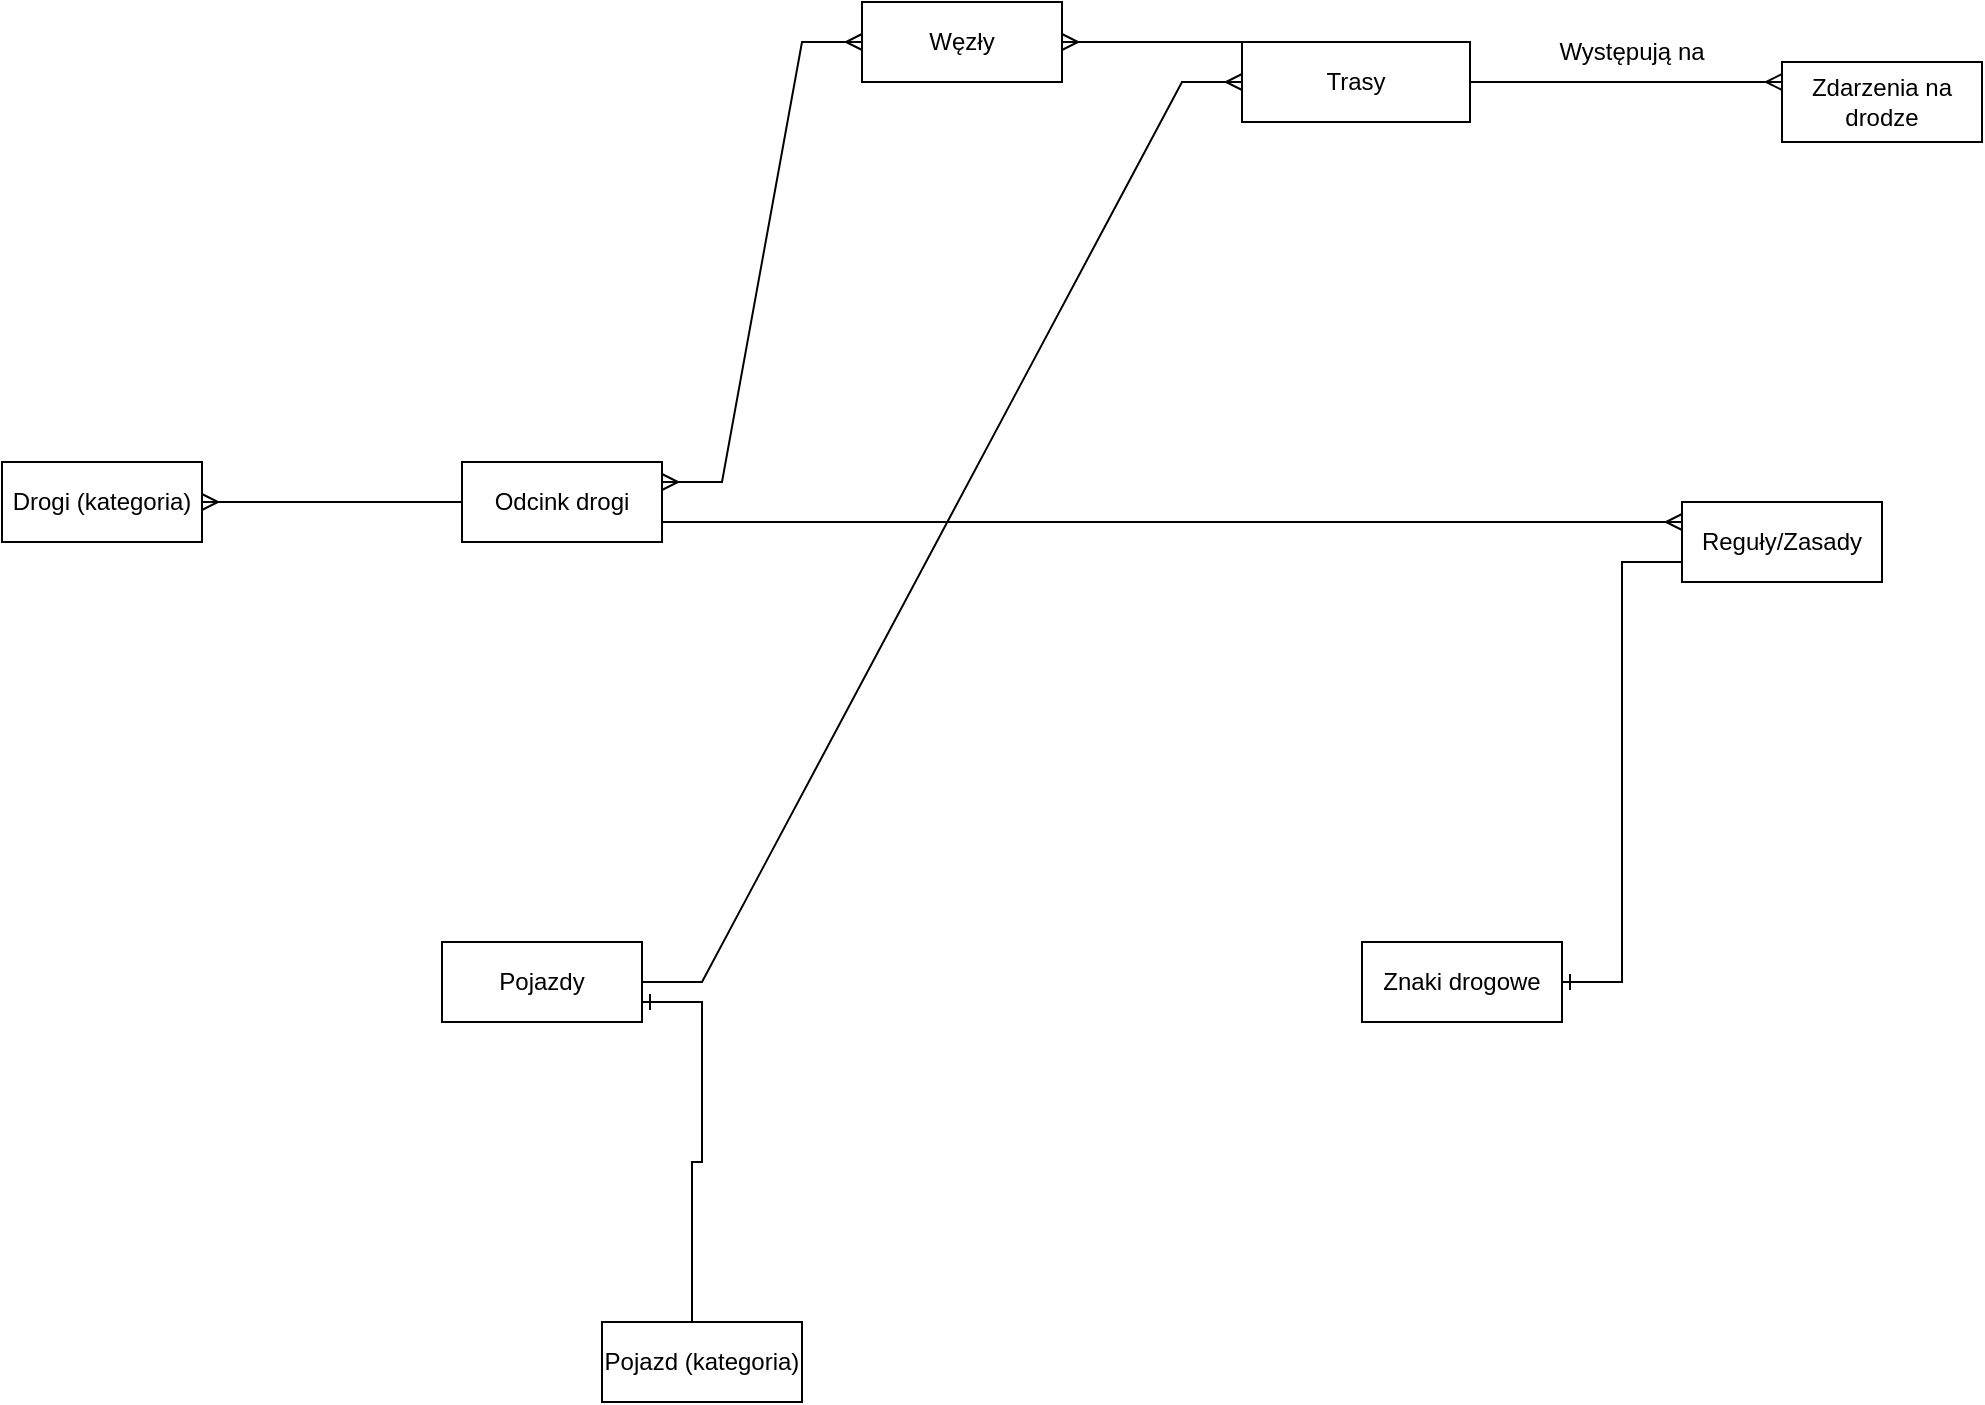
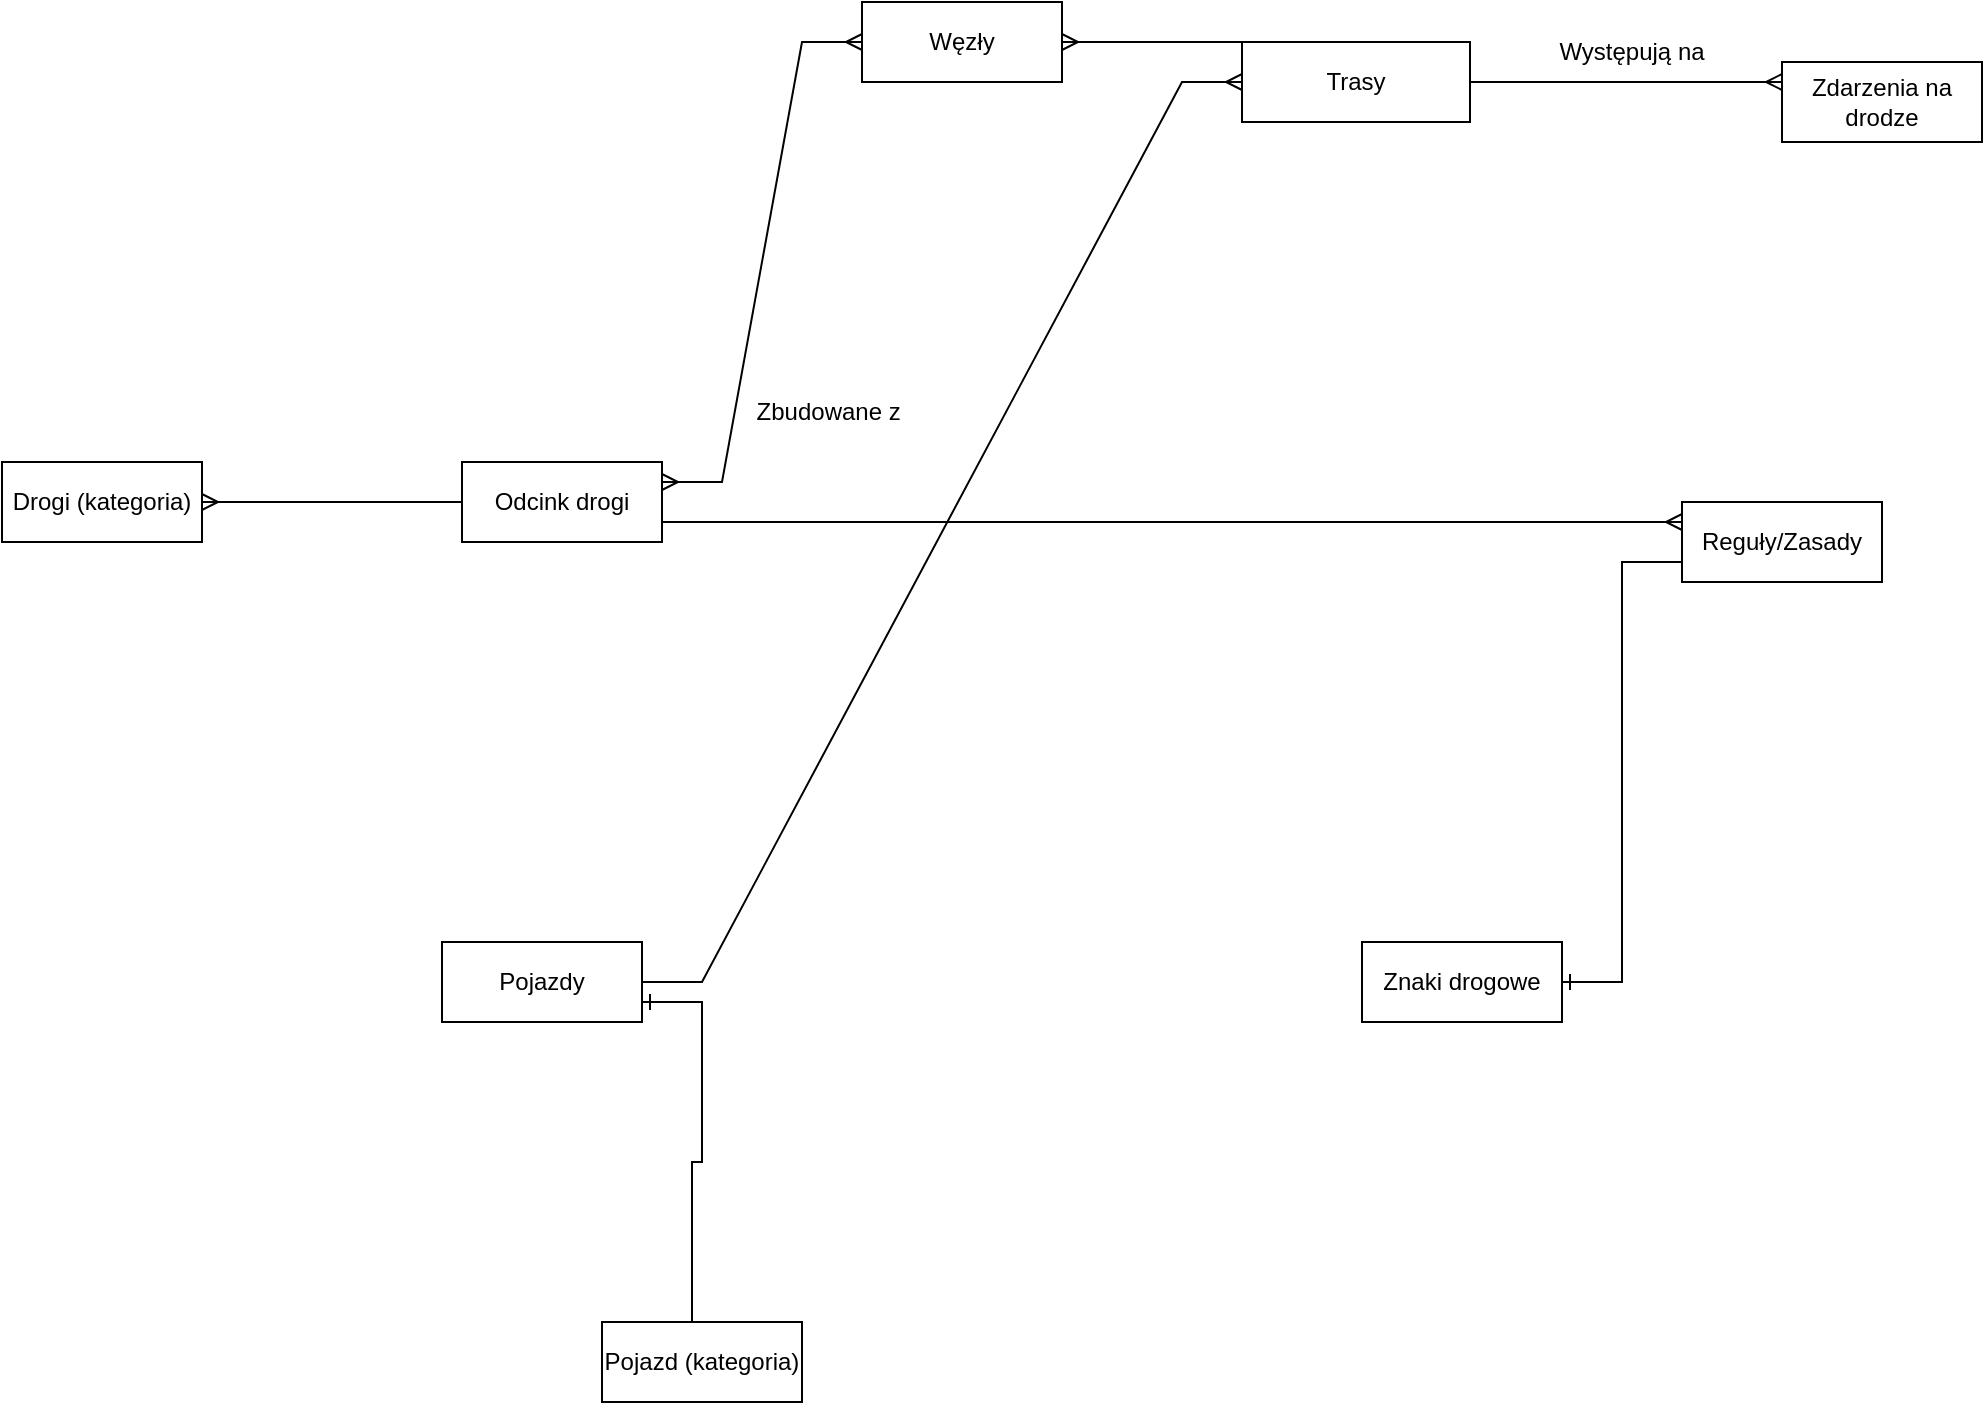
<mxfile host="app.diagrams.net">
  <diagram name="Strona-1" id="Ac67KLS7BCgQroge1M1Z">
    <mxGraphModel dx="2241" dy="787" grid="1" gridSize="10" guides="1" tooltips="1" connect="1" arrows="1" fold="1" page="1" pageScale="1" pageWidth="827" pageHeight="1169" math="0" shadow="0">
      <root>
        <mxCell id="0" />
        <mxCell id="1" parent="0" />
        <mxCell id="hXZus79lLZIJ3kafm3WL-1" parent="1" style="whiteSpace=wrap;html=1;align=center;" value="Węzły" vertex="1">
          <mxGeometry height="40" width="100" x="270" y="40" as="geometry" />
        </mxCell>
        <mxCell id="hXZus79lLZIJ3kafm3WL-2" parent="1" style="whiteSpace=wrap;html=1;align=center;" value="Odcink drogi" vertex="1">
          <mxGeometry height="40" width="100" x="70" y="270" as="geometry" />
        </mxCell>
        <mxCell id="hXZus79lLZIJ3kafm3WL-3" parent="1" style="whiteSpace=wrap;html=1;align=center;" value="Drogi (kategoria)" vertex="1">
          <mxGeometry height="40" width="100" x="-160" y="270" as="geometry" />
        </mxCell>
        <mxCell id="hXZus79lLZIJ3kafm3WL-4" parent="1" style="whiteSpace=wrap;html=1;align=center;" value="Trasy" vertex="1">
          <mxGeometry height="40" width="114" x="460" y="60" as="geometry" />
        </mxCell>
        <mxCell id="hXZus79lLZIJ3kafm3WL-5" parent="1" style="whiteSpace=wrap;html=1;align=center;" value="Pojazdy" vertex="1">
          <mxGeometry height="40" width="100" x="60" y="510" as="geometry" />
        </mxCell>
        <mxCell id="hXZus79lLZIJ3kafm3WL-6" parent="1" style="whiteSpace=wrap;html=1;align=center;" value="Pojazd (kategoria)" vertex="1">
          <mxGeometry height="40" width="100" x="140" y="700" as="geometry" />
        </mxCell>
        <mxCell id="hXZus79lLZIJ3kafm3WL-7" parent="1" style="whiteSpace=wrap;html=1;align=center;" value="Znaki drogowe" vertex="1">
          <mxGeometry height="40" width="100" x="520" y="510" as="geometry" />
        </mxCell>
        <mxCell id="hXZus79lLZIJ3kafm3WL-8" parent="1" style="whiteSpace=wrap;html=1;align=center;" value="Reguły/Zasady" vertex="1">
          <mxGeometry height="40" width="100" x="680" y="290" as="geometry" />
        </mxCell>
        <mxCell id="hXZus79lLZIJ3kafm3WL-9" parent="1" style="whiteSpace=wrap;html=1;align=center;" value="Zdarzenia na drodze" vertex="1">
          <mxGeometry height="40" width="100" x="730" y="70" as="geometry" />
        </mxCell>
        <mxCell id="hXZus79lLZIJ3kafm3WL-15" edge="1" parent="1" source="hXZus79lLZIJ3kafm3WL-2" style="edgeStyle=entityRelationEdgeStyle;fontSize=12;html=1;endArrow=ERmany;rounded=0;entryX=1;entryY=0.5;entryDx=0;entryDy=0;exitX=0;exitY=0.5;exitDx=0;exitDy=0;" target="hXZus79lLZIJ3kafm3WL-3" value="">
          <mxGeometry height="100" relative="1" width="100" as="geometry">
            <mxPoint x="130" y="460" as="sourcePoint" />
            <mxPoint x="230" y="360" as="targetPoint" />
          </mxGeometry>
        </mxCell>
        <mxCell id="hXZus79lLZIJ3kafm3WL-16" edge="1" parent="1" source="hXZus79lLZIJ3kafm3WL-5" style="edgeStyle=entityRelationEdgeStyle;fontSize=12;html=1;endArrow=ERmany;rounded=0;exitX=1;exitY=0.5;exitDx=0;exitDy=0;entryX=0;entryY=0.5;entryDx=0;entryDy=0;" target="hXZus79lLZIJ3kafm3WL-4" value="">
          <mxGeometry height="100" relative="1" width="100" as="geometry">
            <mxPoint x="290" y="270" as="sourcePoint" />
            <mxPoint x="390" y="170" as="targetPoint" />
          </mxGeometry>
        </mxCell>
        <mxCell id="hXZus79lLZIJ3kafm3WL-17" edge="1" parent="1" source="hXZus79lLZIJ3kafm3WL-2" style="edgeStyle=entityRelationEdgeStyle;fontSize=12;html=1;endArrow=ERmany;startArrow=ERmany;rounded=0;exitX=1;exitY=0.25;exitDx=0;exitDy=0;entryX=0;entryY=0.5;entryDx=0;entryDy=0;" target="hXZus79lLZIJ3kafm3WL-1" value="">
          <mxGeometry height="100" relative="1" width="100" as="geometry">
            <mxPoint x="304" y="200" as="sourcePoint" />
            <mxPoint x="170" y="130" as="targetPoint" />
          </mxGeometry>
        </mxCell>
        <mxCell id="hXZus79lLZIJ3kafm3WL-18" edge="1" parent="1" source="hXZus79lLZIJ3kafm3WL-4" style="edgeStyle=entityRelationEdgeStyle;fontSize=12;html=1;endArrow=ERmany;rounded=0;entryX=1;entryY=0.5;entryDx=0;entryDy=0;exitX=0;exitY=0;exitDx=0;exitDy=0;" target="hXZus79lLZIJ3kafm3WL-1" value="">
          <mxGeometry height="100" relative="1" width="100" as="geometry">
            <mxPoint x="240" y="450" as="sourcePoint" />
            <mxPoint x="340" y="350" as="targetPoint" />
          </mxGeometry>
        </mxCell>
        <mxCell id="hXZus79lLZIJ3kafm3WL-19" edge="1" parent="1" source="hXZus79lLZIJ3kafm3WL-4" style="edgeStyle=entityRelationEdgeStyle;fontSize=12;html=1;endArrow=ERmany;rounded=0;exitX=1;exitY=0.5;exitDx=0;exitDy=0;entryX=0;entryY=0.25;entryDx=0;entryDy=0;" target="hXZus79lLZIJ3kafm3WL-9" value="">
          <mxGeometry height="100" relative="1" width="100" as="geometry">
            <mxPoint x="550" y="340" as="sourcePoint" />
            <mxPoint x="650" y="240" as="targetPoint" />
          </mxGeometry>
        </mxCell>
        <mxCell id="hXZus79lLZIJ3kafm3WL-21" edge="1" parent="1" source="hXZus79lLZIJ3kafm3WL-2" style="edgeStyle=entityRelationEdgeStyle;fontSize=12;html=1;endArrow=ERmany;rounded=0;exitX=1;exitY=0.75;exitDx=0;exitDy=0;entryX=0;entryY=0.25;entryDx=0;entryDy=0;" target="hXZus79lLZIJ3kafm3WL-8" value="">
          <mxGeometry height="100" relative="1" width="100" as="geometry">
            <mxPoint x="390" y="220" as="sourcePoint" />
            <mxPoint x="480" y="290" as="targetPoint" />
          </mxGeometry>
        </mxCell>
        <mxCell id="hXZus79lLZIJ3kafm3WL-23" edge="1" parent="1" source="hXZus79lLZIJ3kafm3WL-6" style="edgeStyle=entityRelationEdgeStyle;fontSize=12;html=1;endArrow=ERone;endFill=1;rounded=0;entryX=1;entryY=0.75;entryDx=0;entryDy=0;exitX=0.75;exitY=0;exitDx=0;exitDy=0;" target="hXZus79lLZIJ3kafm3WL-5" value="">
          <mxGeometry height="100" relative="1" width="100" as="geometry">
            <mxPoint x="350" y="560" as="sourcePoint" />
            <mxPoint x="450" y="460" as="targetPoint" />
          </mxGeometry>
        </mxCell>
        <mxCell id="hXZus79lLZIJ3kafm3WL-24" edge="1" parent="1" source="hXZus79lLZIJ3kafm3WL-8" style="edgeStyle=entityRelationEdgeStyle;fontSize=12;html=1;endArrow=ERone;endFill=1;rounded=0;entryX=1;entryY=0.5;entryDx=0;entryDy=0;exitX=0;exitY=0.75;exitDx=0;exitDy=0;" target="hXZus79lLZIJ3kafm3WL-7" value="">
          <mxGeometry height="100" relative="1" width="100" as="geometry">
            <mxPoint x="520" y="370" as="sourcePoint" />
            <mxPoint x="520" y="540" as="targetPoint" />
          </mxGeometry>
        </mxCell>
        <mxCell id="1s_SAfb_5N3zRVA8lNIW-2" parent="1" style="text;html=1;whiteSpace=wrap;strokeColor=none;fillColor=none;align=center;verticalAlign=middle;rounded=0;" value="Występują na" vertex="1">
          <mxGeometry height="30" width="110" x="600" y="50" as="geometry" />
        </mxCell>
+         <mxCell id="1s_SAfb_5N3zRVA8lNIW-3" parent="1" style="text;html=1;whiteSpace=wrap;strokeColor=none;fillColor=none;align=center;verticalAlign=middle;rounded=0;" value="Zbudowane z&amp;nbsp;" vertex="1">
+           <mxGeometry height="30" width="90" x="210" y="230" as="geometry" />
+         </mxCell>
      </root>
    </mxGraphModel>
  </diagram>
</mxfile>
